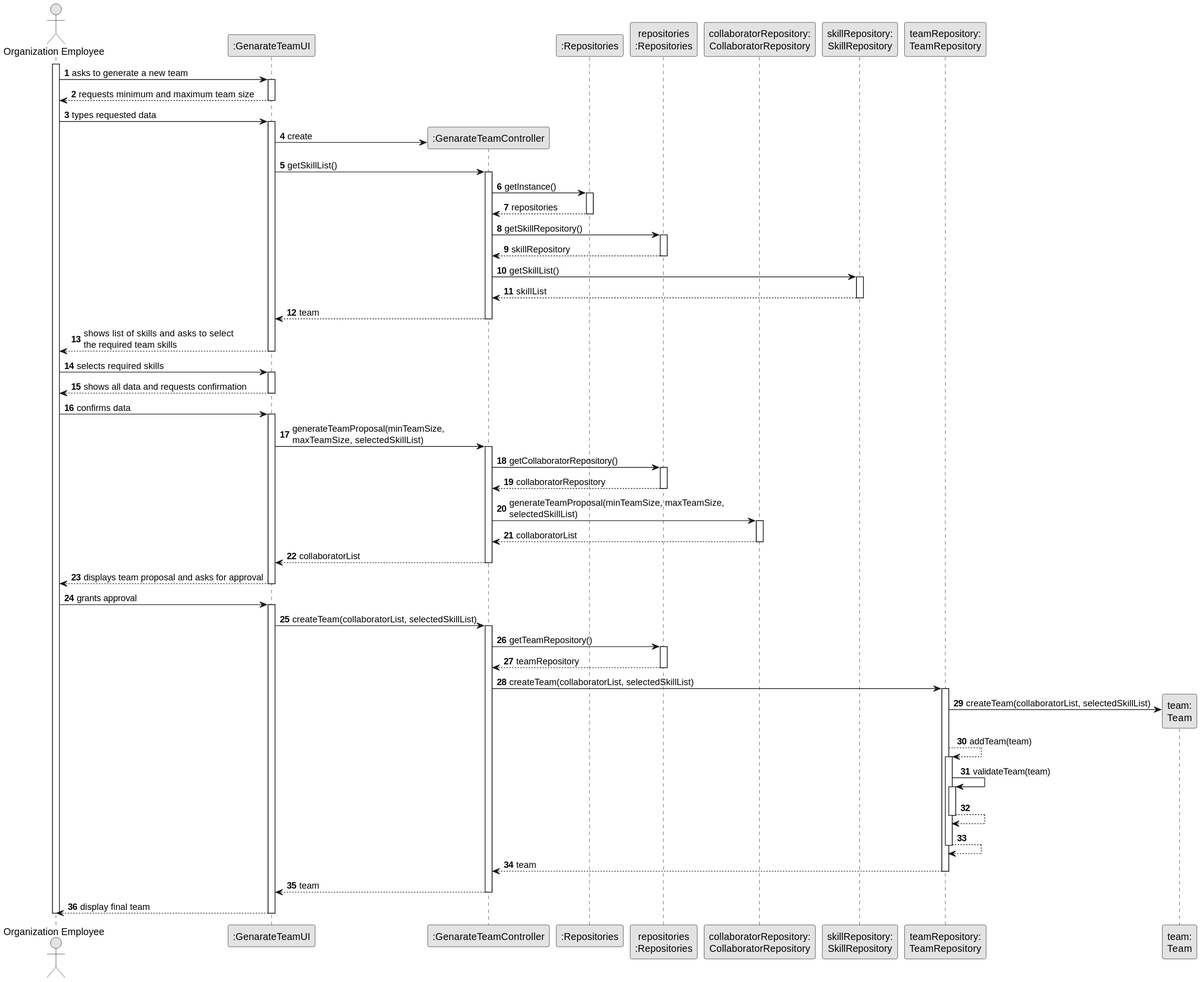
Departamento-de-Engenharia-Informatica/lei-24-s2-1dkl-g134 keeps this PlantUML diagram as docs/sprintC/us005/03.design/svg/us005-sequence-diagram-full.svg. Above is the earlier version. Source of this version:
```plantuml
@startuml
skinparam monochrome true
skinparam packageStyle rectangle
skinparam shadowing false

autonumber

actor "Organization Employee" as ADM
participant ":GenarateTeamUI" as UI
participant ":GenarateTeamController" as CTRL
participant ":Repositories" as RepositorySingleton
participant "repositories\n:Repositories" as PLAT
participant "collaboratorRepository:\nCollaboratorRepository" as CollaboratorRepository
participant "skillRepository:\nSkillRepository" as SkillRepository
participant "teamRepository:\nTeamRepository" as TeamRepository
participant "team:\nTeam" as Team
activate ADM

        ADM -> UI : asks to generate a new team

        activate UI

            UI --> ADM : requests minimum and maximum team size
            deactivate UI

            ADM -> UI : types requested data
            activate UI

            UI -> CTRL** : create

            UI -> CTRL: getSkillList()
            activate CTRL
                CTRL -> RepositorySingleton : getInstance()
                activate RepositorySingleton

                    RepositorySingleton --> CTRL: repositories
                deactivate RepositorySingleton

                CTRL -> PLAT : getSkillRepository()
                activate PLAT

                    PLAT --> CTRL: skillRepository
                deactivate PLAT

                CTRL -> SkillRepository : getSkillList()
                activate SkillRepository

                SkillRepository --> CTRL: skillList
                deactivate SkillRepository

                CTRL --> UI : team
            deactivate CTRL

    UI --> ADM : shows list of skills and asks to select\nthe required team skills
    deactivate UI

    ADM -> UI : selects required skills
    activate UI

    UI --> ADM : shows all data and requests confirmation
    deactivate UI

    ADM -> UI : confirms data
    activate UI

    UI -> CTRL: generateTeamProposal(minTeamSize,\nmaxTeamSize, selectedSkillList)
    activate CTRL

        CTRL -> PLAT: getCollaboratorRepository()
        activate PLAT

        PLAT --> CTRL: collaboratorRepository
        deactivate PLAT

        CTRL -> CollaboratorRepository: generateTeamProposal(minTeamSize, maxTeamSize,\nselectedSkillList)
        activate CollaboratorRepository

        CollaboratorRepository --> CTRL: collaboratorList
        deactivate CollaboratorRepository


    CTRL --> UI: collaboratorList
    deactivate CTRL

    UI --> ADM : displays team proposal and asks for approval
    deactivate UI

    ADM -> UI : grants approval
    activate UI

    UI -> CTRL: createTeam(collaboratorList, selectedSkillList)
    activate CTRL

    CTRL -> PLAT: getTeamRepository()
    activate PLAT

    PLAT --> CTRL: teamRepository
    deactivate PLAT

    CTRL -> TeamRepository : createTeam(collaboratorList, selectedSkillList)
    activate TeamRepository

    TeamRepository -> Team**: createTeam(collaboratorList, selectedSkillList)

    TeamRepository --> TeamRepository: addTeam(team)
    activate TeamRepository

    TeamRepository -> TeamRepository: validateTeam(team)
    activate TeamRepository

    TeamRepository --> TeamRepository
    deactivate TeamRepository

    TeamRepository --> TeamRepository
    deactivate TeamRepository

    TeamRepository --> CTRL: team
    deactivate TeamRepository

    CTRL --> UI: team
    deactivate CTRL

    UI --> ADM: display final team

    deactivate UI

deactivate ADM
@enduml
```
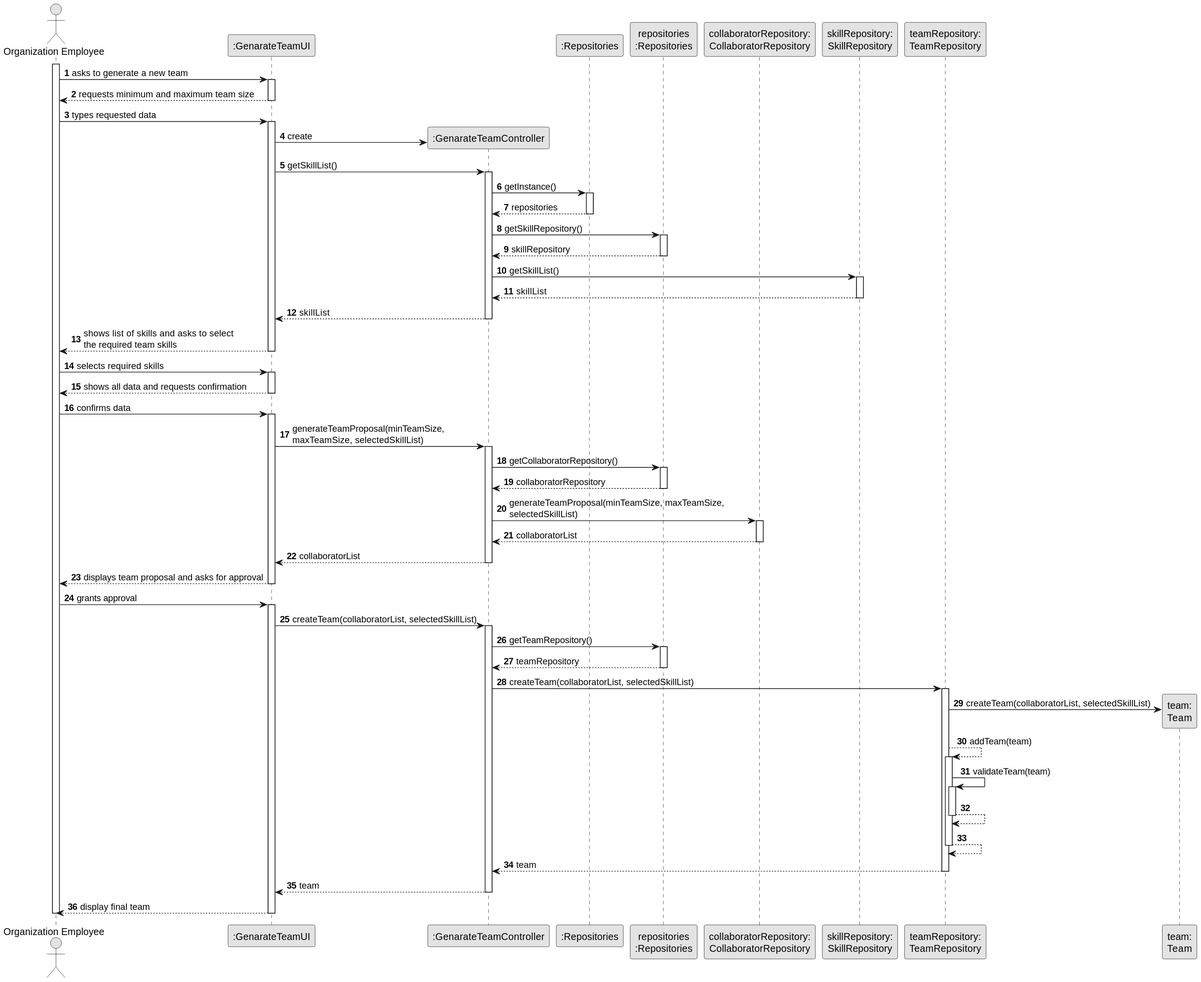
The same file after the commit.

Change to the diagram source:
```diff
@@ -48,7 +48,7 @@
                 SkillRepository --> CTRL: skillList
                 deactivate SkillRepository
 
-                CTRL --> UI : team
+                CTRL --> UI : skillList
             deactivate CTRL
 
     UI --> ADM : shows list of skills and asks to select\nthe required team skills
```
